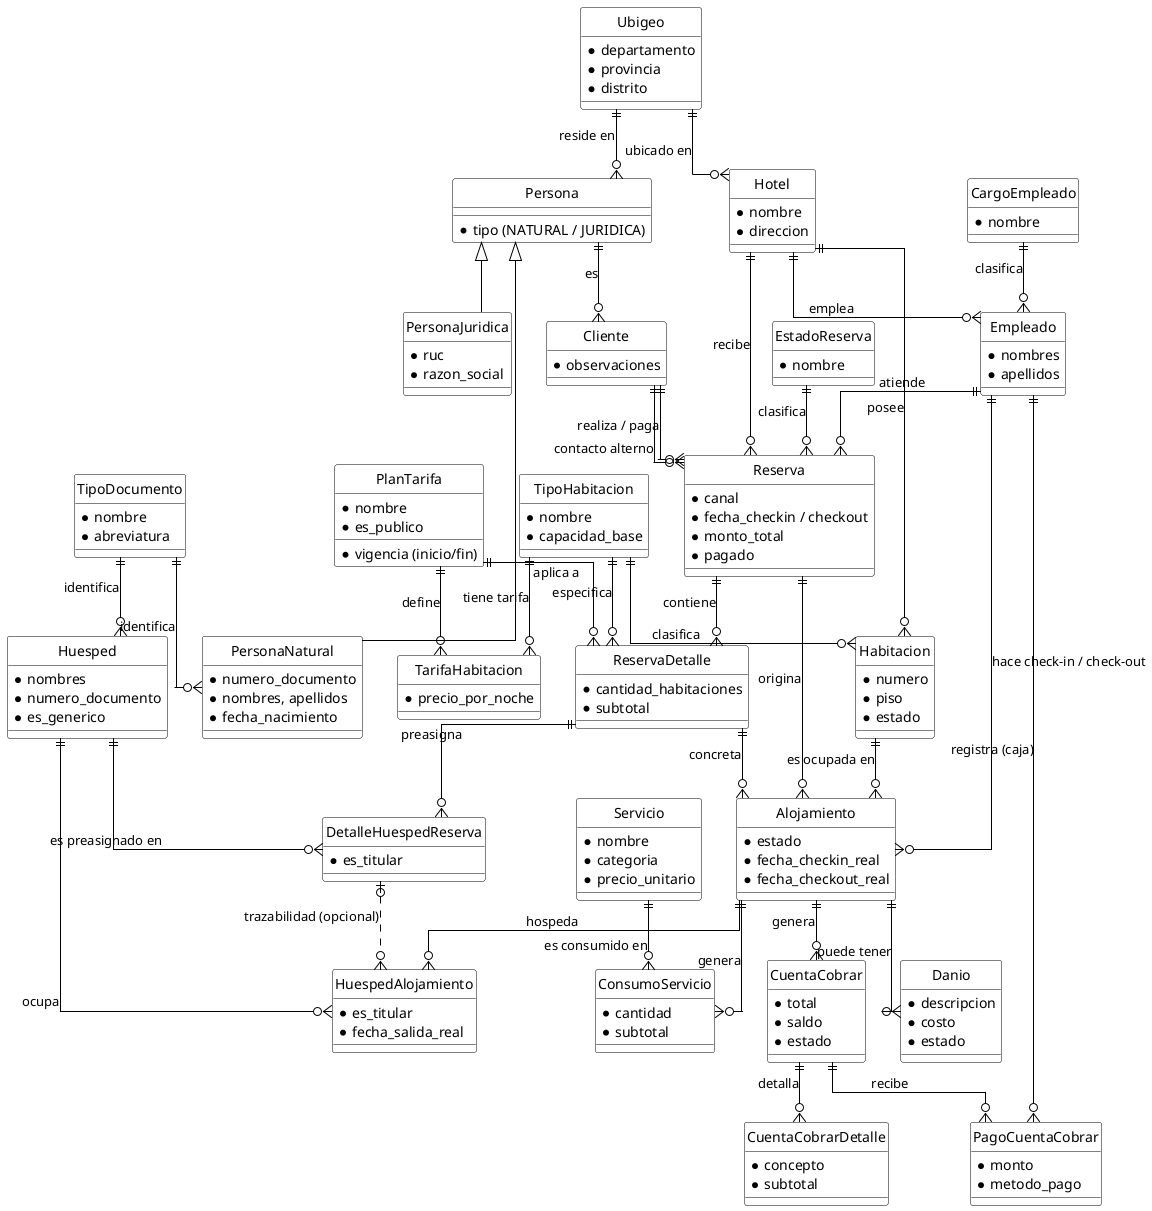
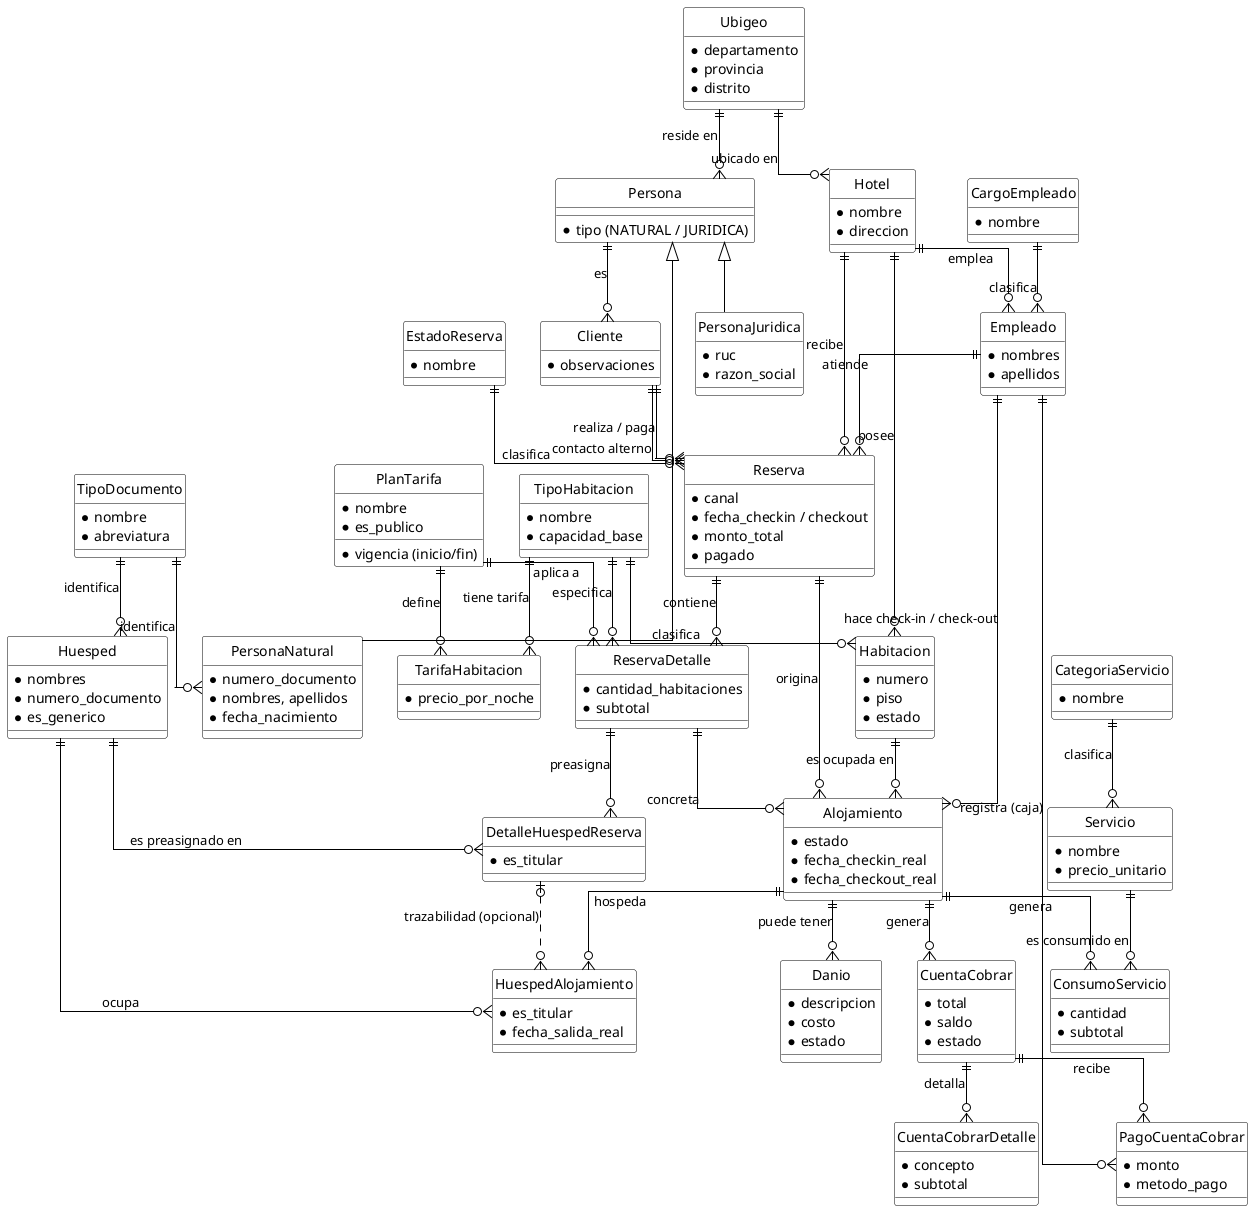
@startuml 01_Modelo_Conceptual

' =============================================================
'  MODELO CONCEPTUAL (Diagrama Entidad-Relación)
'  Proyecto: Sistema de gestión de reservas y estadías para una
'            cadena de hoteles turísticos.
'  Nivel conceptual: solo entidades, atributos identificadores/
'  clave y relaciones con su cardinalidad. Sin tipos de dato ni
'  detalles de implementación (eso va en el modelo lógico/físico).
' =============================================================

hide circle
skinparam linetype ortho
skinparam class {
    BackgroundColor White
    BorderColor Black
    ArrowColor Black
}

' ---------- Geografía y organización ----------
entity Ubigeo {
  * departamento
  * provincia
  * distrito
}

entity Hotel {
  * nombre
  * direccion
}

entity CargoEmpleado {
  * nombre
}

entity Empleado {
  * nombres
  * apellidos
}

' ---------- Personas (facturación) ----------
entity TipoDocumento {
  * nombre
  * abreviatura
}

entity Persona {
  * tipo (NATURAL / JURIDICA)
}

entity PersonaNatural {
  * numero_documento
  * nombres, apellidos
  * fecha_nacimiento
}

entity PersonaJuridica {
  * ruc
  * razon_social
}

entity Cliente {
  * observaciones
}

' ---------- Huésped (quien se aloja) ----------
entity Huesped {
  * nombres
  * numero_documento
  * es_generico
}

' ---------- Habitaciones y tarifas ----------
entity TipoHabitacion {
  * nombre
  * capacidad_base
}

entity Habitacion {
  * numero
  * piso
  * estado
}

entity PlanTarifa {
  * nombre
  * vigencia (inicio/fin)
  * es_publico
}

entity TarifaHabitacion {
  * precio_por_noche
}

' ---------- Reserva ----------
entity EstadoReserva {
  * nombre
}

entity Reserva {
  * canal
  * fecha_checkin / checkout
  * monto_total
  * pagado
}

entity ReservaDetalle {
  * cantidad_habitaciones
  * subtotal
}

entity DetalleHuespedReserva {
  * es_titular
}

' ---------- Alojamiento (ocupación real) ----------
entity Alojamiento {
  * estado
  * fecha_checkin_real
  * fecha_checkout_real
}

entity HuespedAlojamiento {
  * es_titular
  * fecha_salida_real
}

' ---------- Servicios, daños y cobros ----------
+ entity CategoriaServicio {
+   * nombre
+ }
+ 
entity Servicio {
  * nombre
-   * categoria
  * precio_unitario
}

entity ConsumoServicio {
  * cantidad
  * subtotal
}

entity Danio {
  * descripcion
  * costo
  * estado
}

entity CuentaCobrar {
  * total
  * saldo
  * estado
}

entity CuentaCobrarDetalle {
  * concepto
  * subtotal
}

entity PagoCuentaCobrar {
  * monto
  * metodo_pago
}

' =============================================================
'  RELACIONES
' =============================================================

Ubigeo ||--o{ Hotel               : ubicado en
Ubigeo ||--o{ Persona             : reside en

Hotel  ||--o{ Empleado            : emplea
CargoEmpleado ||--o{ Empleado     : clasifica

Hotel  ||--o{ Habitacion          : posee
TipoHabitacion ||--o{ Habitacion  : clasifica
TipoHabitacion ||--o{ TarifaHabitacion : tiene tarifa
PlanTarifa ||--o{ TarifaHabitacion     : define

' Supertipo / subtipo (generalización)
Persona <|-- PersonaNatural
Persona <|-- PersonaJuridica
TipoDocumento ||--o{ PersonaNatural : identifica
TipoDocumento ||--o{ Huesped        : identifica

Persona ||--o{ Cliente            : es

Hotel  ||--o{ Reserva             : recibe
Cliente ||--o{ Reserva            : realiza / paga
Cliente ||--o{ Reserva            : contacto alterno
Empleado ||--o{ Reserva           : atiende
EstadoReserva ||--o{ Reserva      : clasifica

Reserva ||--o{ ReservaDetalle     : contiene
TipoHabitacion ||--o{ ReservaDetalle : especifica
PlanTarifa ||--o{ ReservaDetalle  : aplica a

ReservaDetalle ||--o{ DetalleHuespedReserva : preasigna
Huesped ||--o{ DetalleHuespedReserva        : es preasignado en

Reserva ||--o{ Alojamiento        : origina
ReservaDetalle ||--o{ Alojamiento : concreta
Habitacion ||--o{ Alojamiento     : es ocupada en
Empleado ||--o{ Alojamiento       : hace check-in / check-out

Alojamiento ||--o{ HuespedAlojamiento : hospeda
Huesped ||--o{ HuespedAlojamiento     : ocupa
DetalleHuespedReserva |o..o{ HuespedAlojamiento : trazabilidad (opcional)

Alojamiento ||--o{ ConsumoServicio : genera
Servicio ||--o{ ConsumoServicio    : es consumido en
+ CategoriaServicio ||--o{ Servicio  : clasifica

Alojamiento ||--o{ Danio          : puede tener

Alojamiento ||--o{ CuentaCobrar   : genera
CuentaCobrar ||--o{ CuentaCobrarDetalle : detalla
CuentaCobrar ||--o{ PagoCuentaCobrar    : recibe
Empleado ||--o{ PagoCuentaCobrar        : registra (caja)

@enduml
